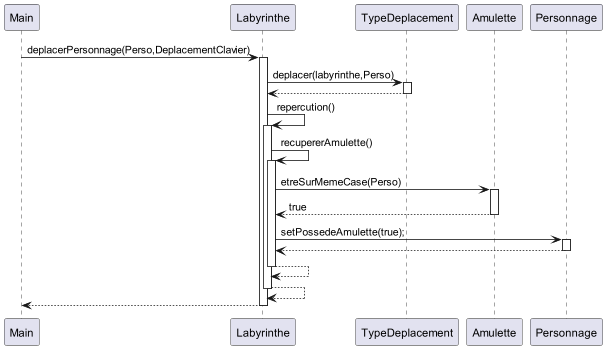
LukaSalvo/SAE2024 keeps this PlantUML diagram as zeldiablo/documents/version_5/diagseq_recupererAmuletteTrue.png. Above is the earlier version.
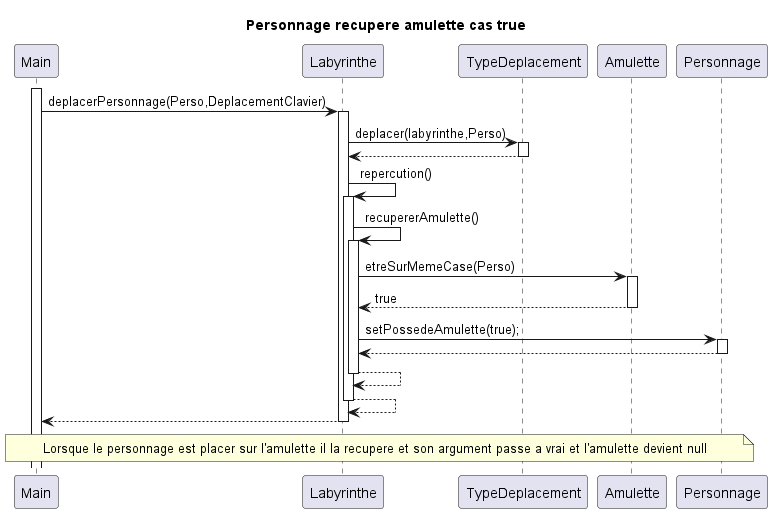
The same file after the commit.

The edit, as a diff of the source:
```diff
@@ -1,5 +1,7 @@
 @startuml
 participant Main
+title : Personnage recupere amulette cas true
+activate Main
 Main -> Labyrinthe : deplacerPersonnage(Perso,DeplacementClavier)
 activate Labyrinthe
 Labyrinthe -> TypeDeplacement : deplacer(labyrinthe,Perso)
@@ -23,5 +25,11 @@
 deactivate Labyrinthe
 Labyrinthe --> Labyrinthe
 deactivate Labyrinthe
+
 return
+
+
+note across
+Lorsque le personnage est placer sur l'amulette il la recupere et son argument passe a vrai et l'amulette devient null
+end note
 @enduml
```
